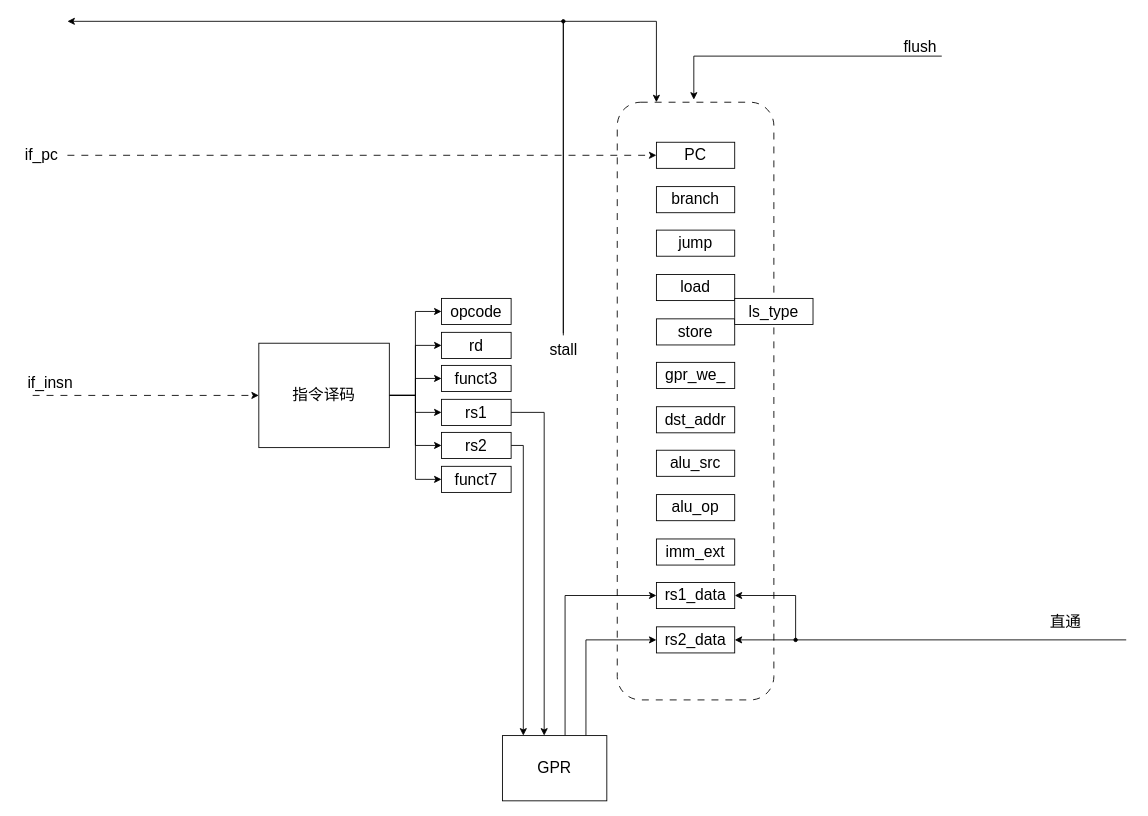
The draw.io diagram page "指令解析" (4 of 7) of Doc/cySOC总系统框图.drawio in Unpdt/cySOC, before the edit. Source tidied: cells renumbered, new cells numbered last; positions are measured from the earlier drawing's top-left corner, leaving out a move shared by most shapes. Both pictures are drawn from the tidied source at 87%, with x=0, y=0 at pixel (15, 19).
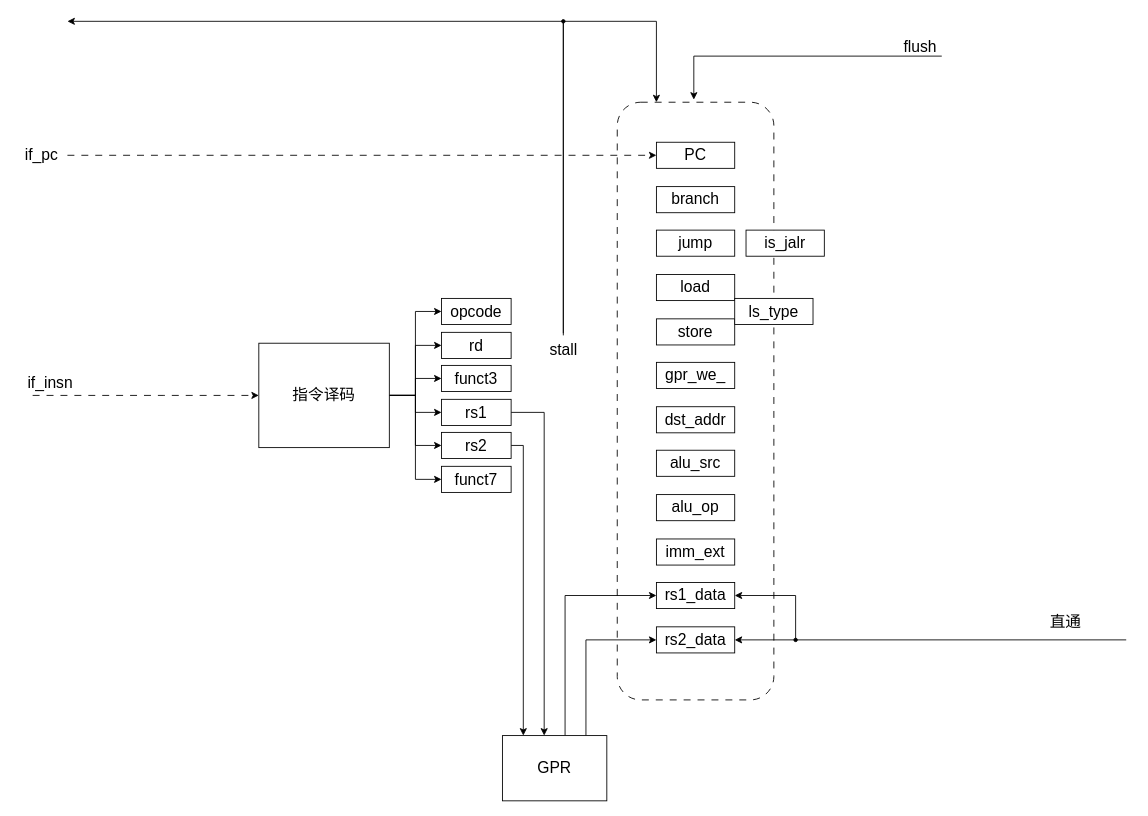
The same page after the edit.

Diff of the diagram source:
```diff
@@
+    <mxCell id="48" value="&lt;span style=&quot;font-size: 18px;&quot;&gt;is_jalr&lt;/span&gt;" style="rounded=0;whiteSpace=wrap;html=1;" parent="1" vertex="1">
+      <mxGeometry x="840" y="242" width="90" height="30" as="geometry" />
+    </mxCell>
```
